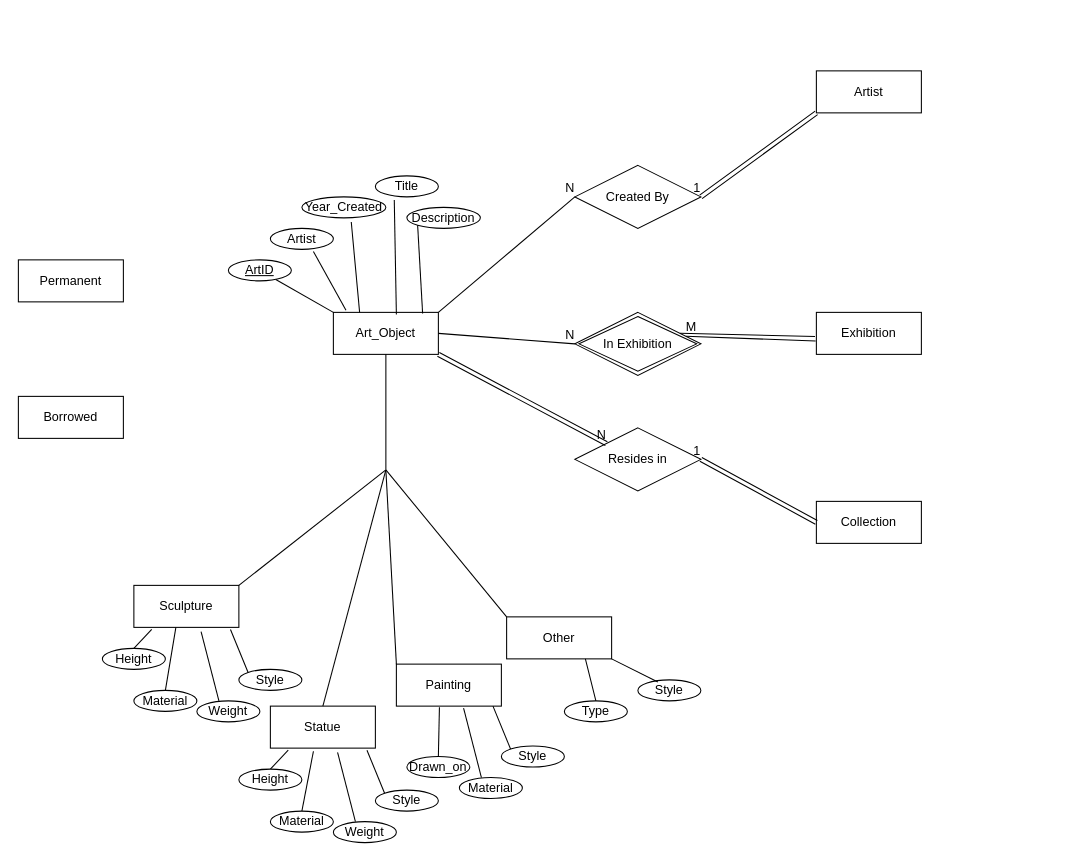
The draw.io diagram database design/eerdMusem.drawio in ENSF-300-F23/museum-project-l02-group-22, before the edit. Source tidied: cells renumbered, new cells numbered last; positions are measured from the earlier drawing's top-left corner, leaving out a move shared by most shapes. Both pictures are drawn from the tidied source at 105%, with x=0, y=0 at pixel (18, 70).
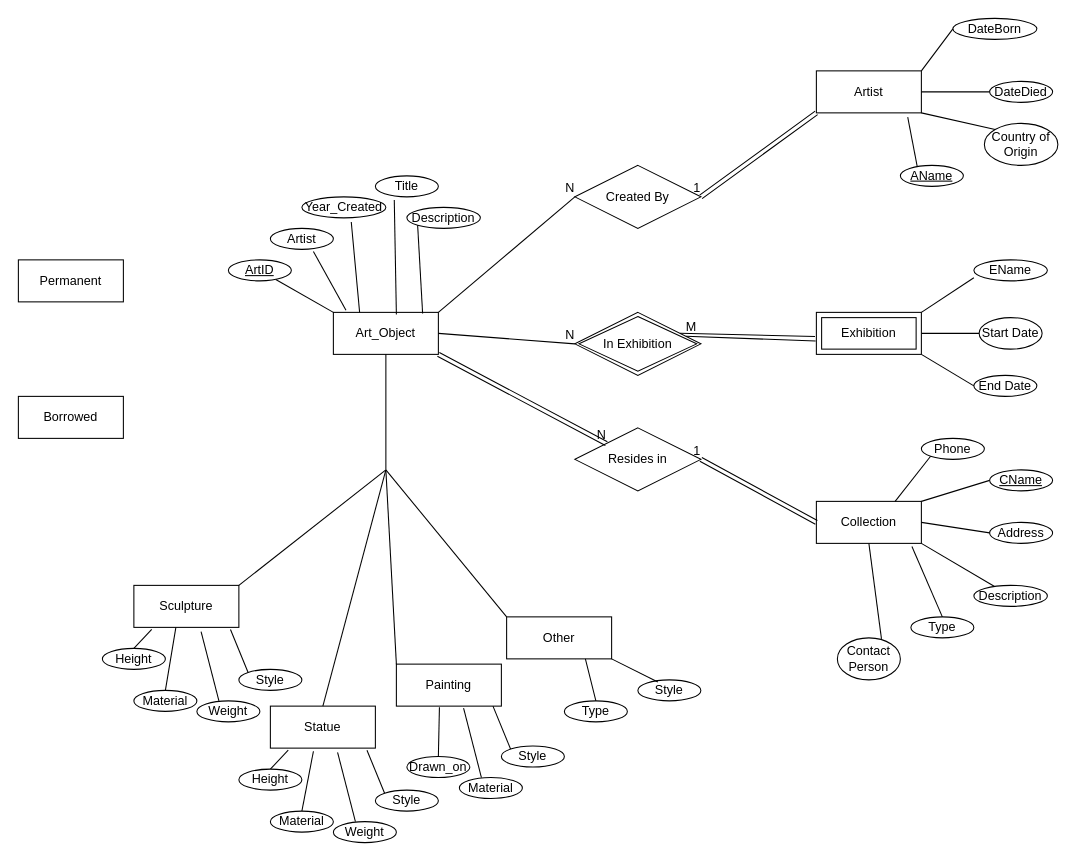
The same page after the edit.

Commit message (it also covers changes not shown here):
Added most attributes and relations to attributes Fixed some errors in relational schema aswell

Unchanged cells that the change refers to:
```xml
<mxCell id="42" value="Artist" style="whiteSpace=wrap;html=1;align=center;" parent="1" vertex="1">
  <mxGeometry x="760" width="100" height="40" as="geometry" />
</mxCell>
<mxCell id="43" value="Collection" style="whiteSpace=wrap;html=1;align=center;" parent="1" vertex="1">
  <mxGeometry x="760" y="410" width="100" height="40" as="geometry" />
</mxCell>
<mxCell id="47" value="In Exhibition" style="shape=rhombus;double=1;perimeter=rhombusPerimeter;whiteSpace=wrap;html=1;align=center;" parent="1" vertex="1">
  <mxGeometry x="530" y="230" width="120" height="60" as="geometry" />
</mxCell>
```

Diff of the diagram source:
```diff
@@
-    <mxCell id="44" value="Exhibition" style="whiteSpace=wrap;html=1;align=center;" parent="1" vertex="1">
-      <mxGeometry x="760" y="230" width="100" height="40" as="geometry" />
-    </mxCell>
@@
-    <mxCell id="55" style="endArrow=none;html=1;rounded=0;exitX=0.881;exitY=0.378;exitDx=0;exitDy=0;exitPerimeter=0;entryX=-0.007;entryY=0.683;entryDx=0;entryDy=0;entryPerimeter=0;" parent="1" edge="1" source="47" target="44">
-      <mxGeometry relative="1" as="geometry" />
+    <mxCell id="55" style="endArrow=none;html=1;rounded=0;exitX=0.881;exitY=0.378;exitDx=0;exitDy=0;exitPerimeter=0;entryX=-0.007;entryY=0.683;entryDx=0;entryDy=0;entryPerimeter=0;" parent="1" edge="1" source="47">
+      <mxGeometry relative="1" as="geometry">
+        <mxPoint x="759.3" y="257.3" as="targetPoint" />
+      </mxGeometry>
     </mxCell>
-    <mxCell id="56" style="endArrow=none;html=1;rounded=0;entryX=-0.013;entryY=0.575;entryDx=0;entryDy=0;entryPerimeter=0;" parent="1" edge="1" target="44">
+    <mxCell id="56" style="endArrow=none;html=1;rounded=0;entryX=-0.013;entryY=0.575;entryDx=0;entryDy=0;entryPerimeter=0;" parent="1" edge="1">
       <mxGeometry relative="1" as="geometry">
         <mxPoint x="630" y="249.8" as="sourcePoint" />
+        <mxPoint x="758.7" y="253" as="targetPoint" />
       </mxGeometry>
     </mxCell>
@@
+    <mxCell id="69" value="&lt;u&gt;AName&lt;/u&gt;" style="ellipse;whiteSpace=wrap;html=1;align=center;" parent="1" vertex="1">
+      <mxGeometry x="840" y="90" width="60" height="20" as="geometry" />
+    </mxCell>
+    <mxCell id="70" value="DateBorn" style="ellipse;whiteSpace=wrap;html=1;align=center;" parent="1" vertex="1">
+      <mxGeometry x="890" y="-50" width="80" height="20" as="geometry" />
+    </mxCell>
+    <mxCell id="71" value="DateDied" style="ellipse;whiteSpace=wrap;html=1;align=center;" parent="1" vertex="1">
+      <mxGeometry x="925" y="10" width="60" height="20" as="geometry" />
+    </mxCell>
+    <mxCell id="72" value="Country of Origin" style="ellipse;whiteSpace=wrap;html=1;align=center;" parent="1" vertex="1">
+      <mxGeometry x="920" y="50" width="70" height="40" as="geometry" />
+    </mxCell>
+    <mxCell id="73" style="endArrow=none;html=1;entryX=0.87;entryY=1.1;entryDx=0;entryDy=0;entryPerimeter=0;exitX=0.267;exitY=0.05;exitDx=0;exitDy=0;exitPerimeter=0;" parent="1" edge="1" source="69" target="42">
+      <mxGeometry relative="1" as="geometry" />
+    </mxCell>
+    <mxCell id="74" style="endArrow=none;html=1;entryX=1;entryY=1;entryDx=0;entryDy=0;exitX=0;exitY=0;exitDx=0;exitDy=0;" parent="1" edge="1" source="72" target="42">
+      <mxGeometry relative="1" as="geometry" />
+    </mxCell>
+    <mxCell id="75" style="endArrow=none;html=1;entryX=1;entryY=0.5;entryDx=0;entryDy=0;exitX=0;exitY=0.5;exitDx=0;exitDy=0;" parent="1" edge="1" source="71" target="42">
+      <mxGeometry relative="1" as="geometry" />
+    </mxCell>
+    <mxCell id="76" style="endArrow=none;html=1;entryX=1;entryY=0;entryDx=0;entryDy=0;exitX=0;exitY=0.5;exitDx=0;exitDy=0;" parent="1" edge="1" source="70" target="42">
+      <mxGeometry relative="1" as="geometry" />
+    </mxCell>
+    <mxCell id="77" value="Address" style="ellipse;whiteSpace=wrap;html=1;align=center;" parent="1" vertex="1">
+      <mxGeometry x="925" y="430" width="60" height="20" as="geometry" />
+    </mxCell>
+    <mxCell id="78" value="&lt;u&gt;CName&lt;/u&gt;" style="ellipse;whiteSpace=wrap;html=1;align=center;" parent="1" vertex="1">
+      <mxGeometry x="925" y="380" width="60" height="20" as="geometry" />
+    </mxCell>
+    <mxCell id="79" value="Contact Person" style="ellipse;whiteSpace=wrap;html=1;align=center;" parent="1" vertex="1">
+      <mxGeometry x="780" y="540" width="60" height="40" as="geometry" />
+    </mxCell>
+    <mxCell id="80" value="Type" style="ellipse;whiteSpace=wrap;html=1;align=center;" parent="1" vertex="1">
+      <mxGeometry x="850" y="520" width="60" height="20" as="geometry" />
+    </mxCell>
+    <mxCell id="81" value="Description" style="ellipse;whiteSpace=wrap;html=1;align=center;" parent="1" vertex="1">
+      <mxGeometry x="910" y="490" width="70" height="20" as="geometry" />
+    </mxCell>
+    <mxCell id="82" style="endArrow=none;html=1;entryX=1;entryY=0;entryDx=0;entryDy=0;exitX=0;exitY=0.5;exitDx=0;exitDy=0;" parent="1" edge="1" source="78" target="43">
+      <mxGeometry relative="1" as="geometry" />
+    </mxCell>
+    <mxCell id="83" value="Phone" style="ellipse;whiteSpace=wrap;html=1;align=center;" parent="1" vertex="1">
+      <mxGeometry x="860" y="350" width="60" height="20" as="geometry" />
+    </mxCell>
+    <mxCell id="84" style="endArrow=none;html=1;entryX=0;entryY=1;entryDx=0;entryDy=0;exitX=0.75;exitY=0;exitDx=0;exitDy=0;" parent="1" edge="1" source="43" target="83">
+      <mxGeometry relative="1" as="geometry" />
+    </mxCell>
+    <mxCell id="85" style="endArrow=none;html=1;entryX=0;entryY=0.5;entryDx=0;entryDy=0;exitX=1;exitY=0.5;exitDx=0;exitDy=0;" parent="1" edge="1" source="43" target="77">
+      <mxGeometry relative="1" as="geometry" />
+    </mxCell>
+    <mxCell id="86" style="endArrow=none;html=1;exitX=1;exitY=1;exitDx=0;exitDy=0;" parent="1" edge="1" source="43" target="81">
+      <mxGeometry relative="1" as="geometry" />
+    </mxCell>
+    <mxCell id="87" style="endArrow=none;html=1;entryX=0.5;entryY=0;entryDx=0;entryDy=0;exitX=0.91;exitY=1.075;exitDx=0;exitDy=0;exitPerimeter=0;" parent="1" edge="1" source="43" target="80">
+      <mxGeometry relative="1" as="geometry" />
+    </mxCell>
+    <mxCell id="88" style="endArrow=none;html=1;entryX=0.5;entryY=1;entryDx=0;entryDy=0;exitX=0.7;exitY=0.025;exitDx=0;exitDy=0;exitPerimeter=0;" parent="1" edge="1" source="79" target="43">
+      <mxGeometry relative="1" as="geometry" />
+    </mxCell>
+    <mxCell id="89" value="Start Date" style="ellipse;whiteSpace=wrap;html=1;align=center;" parent="1" vertex="1">
+      <mxGeometry x="915" y="235" width="60" height="30" as="geometry" />
+    </mxCell>
+    <mxCell id="90" value="End Date" style="ellipse;whiteSpace=wrap;html=1;align=center;" parent="1" vertex="1">
+      <mxGeometry x="910" y="290" width="60" height="20" as="geometry" />
+    </mxCell>
+    <mxCell id="91" value="EName" style="ellipse;whiteSpace=wrap;html=1;align=center;" parent="1" vertex="1">
+      <mxGeometry x="910" y="180" width="70" height="20" as="geometry" />
+    </mxCell>
+    <mxCell id="92" style="endArrow=none;html=1;entryX=0;entryY=0.85;entryDx=0;entryDy=0;entryPerimeter=0;exitX=1;exitY=0;exitDx=0;exitDy=0;" parent="1" edge="1" target="91">
+      <mxGeometry relative="1" as="geometry">
+        <mxPoint x="860" y="230" as="sourcePoint" />
+      </mxGeometry>
+    </mxCell>
+    <mxCell id="93" style="endArrow=none;html=1;entryX=0;entryY=0.5;entryDx=0;entryDy=0;exitX=1;exitY=0.5;exitDx=0;exitDy=0;" parent="1" edge="1" target="89">
+      <mxGeometry relative="1" as="geometry">
+        <mxPoint x="860" y="250" as="sourcePoint" />
+      </mxGeometry>
+    </mxCell>
+    <mxCell id="94" style="endArrow=none;html=1;entryX=1;entryY=1;entryDx=0;entryDy=0;exitX=0;exitY=0.5;exitDx=0;exitDy=0;" parent="1" edge="1" source="90">
+      <mxGeometry relative="1" as="geometry">
+        <mxPoint x="860" y="270" as="targetPoint" />
+      </mxGeometry>
+    </mxCell>
+    <mxCell id="44" value="Exhibition" style="shape=ext;margin=3;double=1;whiteSpace=wrap;html=1;align=center;" parent="1" vertex="1">
+      <mxGeometry x="760" y="230" width="100" height="40" as="geometry" />
+    </mxCell>
```
